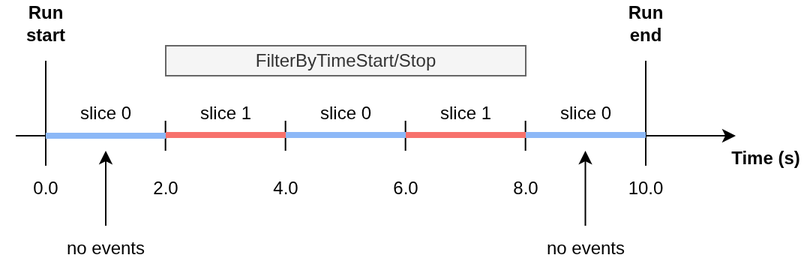
Above: docs/user/media/time_slicing_period_and_event_filtering.png in neutrons/drtsans (draw.io), before the change. Source tidied: cells renumbered, new cells last; positions are measured from the earlier drawing's top-left corner, leaving out a move shared by most shapes.
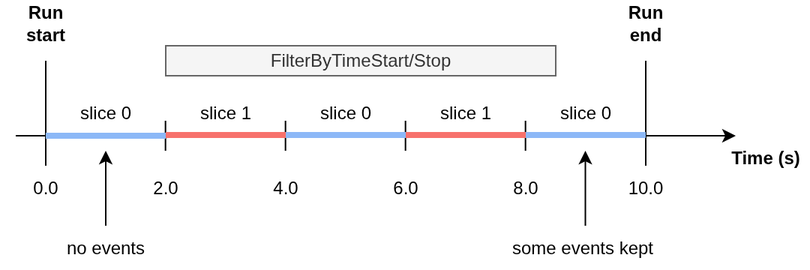
The same file after the commit.

Commit message:
update user docs image to show that FilterByTimeStart/Stop does not need to align with the time interval

The edit, as a diff of the source:
```diff
@@ -117,13 +117,13 @@
       </mxGeometry>
     </mxCell>
     <mxCell id="28" value="FilterByTimeStart/Stop" style="rounded=0;whiteSpace=wrap;html=1;fillColor=#f5f5f5;fontColor=#333333;strokeColor=#666666;" parent="1" vertex="1">
-      <mxGeometry x="110" y="30" width="240" height="20" as="geometry" />
+      <mxGeometry x="110" y="30" width="260" height="20" as="geometry" />
     </mxCell>
     <mxCell id="29" value="no events" style="text;html=1;align=center;verticalAlign=middle;whiteSpace=wrap;rounded=0;" parent="1" vertex="1">
       <mxGeometry x="40" y="150" width="60" height="30" as="geometry" />
     </mxCell>
-    <mxCell id="30" value="no events" style="text;html=1;align=center;verticalAlign=middle;whiteSpace=wrap;rounded=0;" parent="1" vertex="1">
-      <mxGeometry x="360" y="150" width="60" height="30" as="geometry" />
+    <mxCell id="30" value="some events kept" style="text;html=1;align=center;verticalAlign=middle;whiteSpace=wrap;rounded=0;" parent="1" vertex="1">
+      <mxGeometry x="338" y="150" width="100" height="30" as="geometry" />
     </mxCell>
     <mxCell id="31" style="endArrow=classic;html=1;rounded=0;" parent="1" edge="1">
       <mxGeometry relative="1" as="geometry">
```
